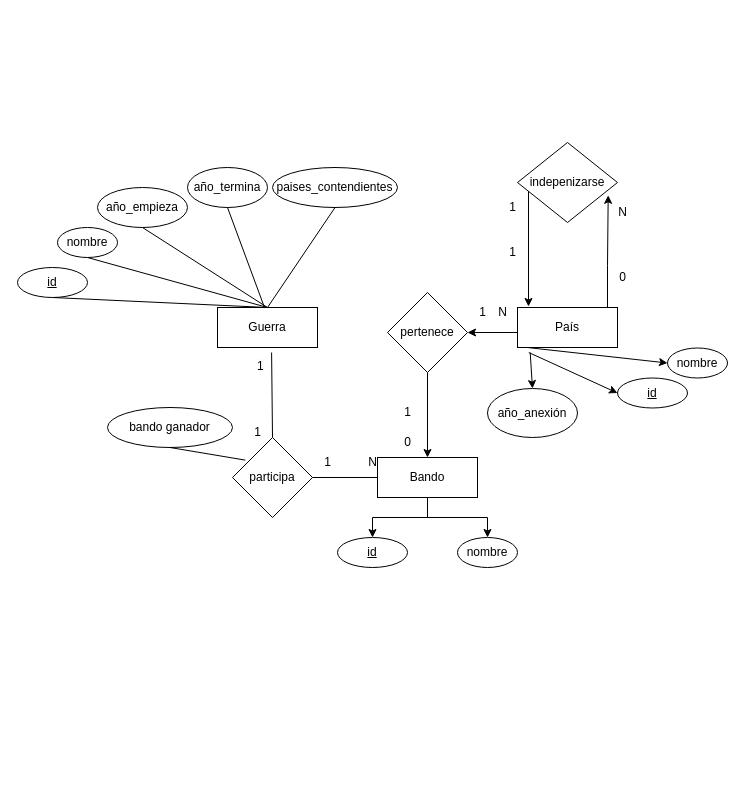
Above: ej4.drawio in adriii28/amr-tsys-C3U12-11102023 (draw.io), before the change. Source tidied: cells renumbered, new cells numbered last; positions are measured from the earlier drawing's top-left corner, leaving out a move shared by most shapes. Both pictures are drawn from the tidied source at 100%, with x=0, y=0 at pixel (17, 142).
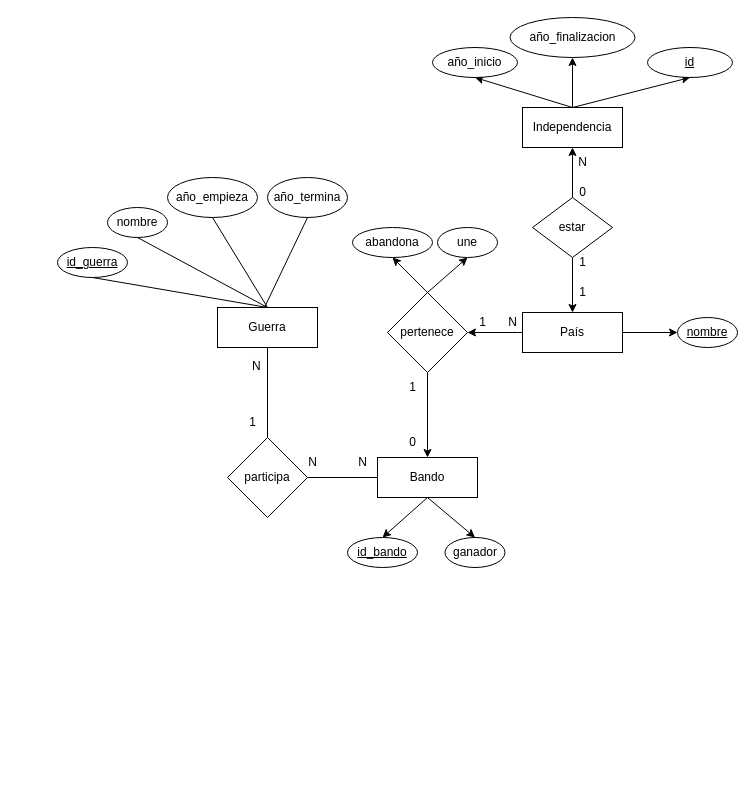
After the change.

Unchanged cells that the change refers to:
```xml
<mxCell id="3" value="Guerra" style="whiteSpace=wrap;html=1;align=center;" parent="1" vertex="1">
  <mxGeometry x="200" y="165" width="100" height="40" as="geometry" />
</mxCell>
<mxCell id="19" value="pertenece" style="rhombus;whiteSpace=wrap;html=1;" parent="1" vertex="1">
  <mxGeometry x="370" y="150" width="80" height="80" as="geometry" />
</mxCell>
<mxCell id="37" value="Bando" style="whiteSpace=wrap;html=1;align=center;" parent="1" vertex="1">
  <mxGeometry x="360" y="315" width="100" height="40" as="geometry" />
</mxCell>
```

The edit, as a diff of the source:
```diff
@@
-    <mxCell id="4" style="edgeStyle=orthogonalEdgeStyle;rounded=0;jettySize=auto;html=1;entryX=0.907;entryY=0.66;entryDx=0;entryDy=0;entryPerimeter=0;" parent="1" edge="1" source="5" target="44">
-      <mxGeometry relative="1" as="geometry">
-        <Array as="points">
-          <mxPoint x="590" y="123" />
-          <mxPoint x="591" y="123" />
-        </Array>
-      </mxGeometry>
-    </mxCell>
+    <mxCell id="30" style="edgeStyle=orthogonalEdgeStyle;rounded=0;jettySize=auto;html=1;entryX=0;entryY=0.5;entryDx=0;entryDy=0;" parent="1" edge="1" source="5" target="22">
+      <mxGeometry relative="1" as="geometry" />
+    </mxCell>
+    <mxCell id="45" style="edgeStyle=orthogonalEdgeStyle;rounded=0;jettySize=auto;html=1;" parent="1" edge="1" source="44" target="5">
+      <mxGeometry relative="1" as="geometry" />
+    </mxCell>
     <mxCell id="5" value="País" style="whiteSpace=wrap;html=1;align=center;" parent="1" vertex="1">
-      <mxGeometry x="500" y="165" width="100" height="40" as="geometry" />
+      <mxGeometry x="505" y="170" width="100" height="40" as="geometry" />
     </mxCell>
     <mxCell id="6" value="año_empieza" style="ellipse;whiteSpace=wrap;html=1;" parent="1" vertex="1">
-      <mxGeometry x="80" y="45" width="90" height="40" as="geometry" />
+      <mxGeometry x="150" y="35" width="90" height="40" as="geometry" />
     </mxCell>
-    <mxCell id="7" value="&lt;u&gt;id&lt;/u&gt;" style="ellipse;whiteSpace=wrap;html=1;align=center;" parent="1" vertex="1">
-      <mxGeometry y="125" width="70" height="30" as="geometry" />
+    <mxCell id="7" value="&lt;u&gt;id_guerra&lt;/u&gt;" style="ellipse;whiteSpace=wrap;html=1;align=center;" parent="1" vertex="1">
+      <mxGeometry x="40" y="105" width="70" height="30" as="geometry" />
     </mxCell>
     <mxCell id="8" value="año_termina" style="ellipse;whiteSpace=wrap;html=1;" parent="1" vertex="1">
-      <mxGeometry x="170" y="25" width="80" height="40" as="geometry" />
+      <mxGeometry x="250" y="35" width="80" height="40" as="geometry" />
     </mxCell>
     <mxCell id="9" value="nombre" style="ellipse;whiteSpace=wrap;html=1;align=center;" parent="1" vertex="1">
-      <mxGeometry x="40" y="85" width="60" height="30" as="geometry" />
+      <mxGeometry x="90" y="65" width="60" height="30" as="geometry" />
     </mxCell>
-    <mxCell id="10" style="endArrow=none;html=1;rounded=0;entryX=0.541;entryY=1.126;entryDx=0;entryDy=0;exitX=0.5;exitY=0;exitDx=0;exitDy=0;entryPerimeter=0;" parent="1" edge="1" source="12" target="3">
+    <mxCell id="10" style="endArrow=none;html=1;rounded=0;entryX=0.5;entryY=1;entryDx=0;entryDy=0;exitX=0.5;exitY=0;exitDx=0;exitDy=0;" parent="1" edge="1" source="12" target="3">
       <mxGeometry relative="1" as="geometry" />
     </mxCell>
@@
     <mxCell id="12" value="participa" style="rhombus;whiteSpace=wrap;html=1;" parent="1" vertex="1">
-      <mxGeometry x="215" y="295" width="80" height="80" as="geometry" />
+      <mxGeometry x="210" y="295" width="80" height="80" as="geometry" />
     </mxCell>
-    <mxCell id="13" value="paises_contendientes" style="ellipse;whiteSpace=wrap;html=1;" parent="1" vertex="1">
-      <mxGeometry x="255" y="25" width="125" height="40" as="geometry" />
-    </mxCell>
-    <mxCell id="14" style="endArrow=none;html=1;rounded=0;entryX=0.5;entryY=0;entryDx=0;entryDy=0;exitX=0.5;exitY=1;exitDx=0;exitDy=0;" parent="1" edge="1" source="13" target="3">
-      <mxGeometry relative="1" as="geometry" />
-    </mxCell>
-    <mxCell id="15" value="bando ganador" style="ellipse;whiteSpace=wrap;html=1;" parent="1" vertex="1">
-      <mxGeometry x="90" y="265" width="125" height="40" as="geometry" />
-    </mxCell>
-    <mxCell id="16" style="endArrow=none;html=1;rounded=0;entryX=0.161;entryY=0.283;entryDx=0;entryDy=0;exitX=0.5;exitY=1;exitDx=0;exitDy=0;entryPerimeter=0;" parent="1" edge="1" source="15" target="12">
-      <mxGeometry relative="1" as="geometry" />
-    </mxCell>
@@
+    <mxCell id="50" style="rounded=0;jettySize=auto;html=1;entryX=0.5;entryY=1;entryDx=0;entryDy=0;exitX=0.5;exitY=0;exitDx=0;exitDy=0;" parent="1" edge="1" source="19" target="62">
+      <mxGeometry relative="1" as="geometry" />
+    </mxCell>
+    <mxCell id="51" style="rounded=0;jettySize=auto;html=1;entryX=0.5;entryY=1;entryDx=0;entryDy=0;exitX=0.5;exitY=0;exitDx=0;exitDy=0;" parent="1" edge="1" source="19" target="61">
+      <mxGeometry relative="1" as="geometry" />
+    </mxCell>
@@
-    <mxCell id="20" value="&lt;u&gt;id&lt;/u&gt;" style="ellipse;whiteSpace=wrap;html=1;align=center;" parent="1" vertex="1">
-      <mxGeometry x="600" y="235.5" width="70" height="30" as="geometry" />
-    </mxCell>
-    <mxCell id="21" value="año_anexión" style="ellipse;whiteSpace=wrap;html=1;align=center;" parent="1" vertex="1">
-      <mxGeometry x="470" y="246" width="90" height="49" as="geometry" />
-    </mxCell>
-    <mxCell id="22" value="nombre" style="ellipse;whiteSpace=wrap;html=1;align=center;" parent="1" vertex="1">
-      <mxGeometry x="650" y="205.5" width="60" height="30" as="geometry" />
+    <mxCell id="22" value="&lt;u&gt;nombre&lt;/u&gt;" style="ellipse;whiteSpace=wrap;html=1;align=center;" parent="1" vertex="1">
+      <mxGeometry x="660" y="175" width="60" height="30" as="geometry" />
     </mxCell>
@@
-    <mxCell id="28" style="rounded=0;jettySize=auto;html=1;entryX=0.5;entryY=0;entryDx=0;entryDy=0;exitX=0.127;exitY=1.126;exitDx=0;exitDy=0;exitPerimeter=0;" parent="1" edge="1" source="5" target="21">
-      <mxGeometry relative="1" as="geometry" />
-    </mxCell>
-    <mxCell id="29" style="rounded=0;jettySize=auto;html=1;entryX=0;entryY=0.5;entryDx=0;entryDy=0;exitX=0.113;exitY=1.126;exitDx=0;exitDy=0;exitPerimeter=0;" parent="1" edge="1" source="5" target="20">
-      <mxGeometry relative="1" as="geometry" />
-    </mxCell>
-    <mxCell id="30" style="rounded=0;jettySize=auto;html=1;exitX=0.113;exitY=1.005;exitDx=0;exitDy=0;entryX=0;entryY=0.5;entryDx=0;entryDy=0;exitPerimeter=0;" parent="1" edge="1" source="5" target="22">
-      <mxGeometry relative="1" as="geometry" />
-    </mxCell>
-    <mxCell id="31" value="1" style="text;html=1;align=center;verticalAlign=middle;strokeColor=none;fillColor=none;" parent="1" vertex="1">
-      <mxGeometry x="295" y="305" width="30" height="30" as="geometry" />
+    <mxCell id="31" value="N" style="text;html=1;align=center;verticalAlign=middle;strokeColor=none;fillColor=none;" parent="1" vertex="1">
+      <mxGeometry x="280" y="305" width="30" height="30" as="geometry" />
     </mxCell>
     <mxCell id="32" value="N" style="text;html=1;align=center;verticalAlign=middle;strokeColor=none;fillColor=none;" parent="1" vertex="1">
-      <mxGeometry x="340" y="305" width="30" height="30" as="geometry" />
+      <mxGeometry x="330" y="305" width="30" height="30" as="geometry" />
     </mxCell>
     <mxCell id="33" value="1" style="text;html=1;align=center;verticalAlign=middle;strokeColor=none;fillColor=none;" parent="1" vertex="1">
-      <mxGeometry x="225" y="275" width="30" height="30" as="geometry" />
+      <mxGeometry x="220" y="265" width="30" height="30" as="geometry" />
     </mxCell>
-    <mxCell id="34" value="&lt;span style=&quot;color: rgb(0, 0, 0); font-family: Helvetica; font-size: 12px; font-style: normal; font-variant-ligatures: normal; font-variant-caps: normal; font-weight: 400; letter-spacing: normal; orphans: 2; text-align: center; text-indent: 0px; text-transform: none; widows: 2; word-spacing: 0px; -webkit-text-stroke-width: 0px; background-color: rgb(251, 251, 251); text-decoration-thickness: initial; text-decoration-style: initial; text-decoration-color: initial; float: none; display: inline !important;&quot;&gt;1&lt;/span&gt;" style="text;whiteSpace=wrap;html=1;" parent="1" vertex="1">
-      <mxGeometry x="237.5" y="210" width="12.5" height="20" as="geometry" />
+    <mxCell id="34" value="&lt;span style=&quot;color: rgb(0, 0, 0); font-family: Helvetica; font-size: 12px; font-style: normal; font-variant-ligatures: normal; font-variant-caps: normal; font-weight: 400; letter-spacing: normal; orphans: 2; text-align: center; text-indent: 0px; text-transform: none; widows: 2; word-spacing: 0px; -webkit-text-stroke-width: 0px; background-color: rgb(251, 251, 251); text-decoration-thickness: initial; text-decoration-style: initial; text-decoration-color: initial; float: none; display: inline !important;&quot;&gt;N&lt;/span&gt;" style="text;whiteSpace=wrap;html=1;" parent="1" vertex="1">
+      <mxGeometry x="232.5" y="210" width="12.5" height="20" as="geometry" />
     </mxCell>
-    <mxCell id="35" style="edgeStyle=orthogonalEdgeStyle;rounded=0;jettySize=auto;html=1;exitX=0.5;exitY=1;exitDx=0;exitDy=0;entryX=0.5;entryY=0;entryDx=0;entryDy=0;" parent="1" edge="1" source="37" target="38">
+    <mxCell id="35" style="rounded=0;jettySize=auto;html=1;exitX=0.5;exitY=1;exitDx=0;exitDy=0;entryX=0.5;entryY=0;entryDx=0;entryDy=0;" parent="1" edge="1" source="37" target="38">
       <mxGeometry relative="1" as="geometry" />
     </mxCell>
-    <mxCell id="36" style="edgeStyle=orthogonalEdgeStyle;rounded=0;jettySize=auto;html=1;entryX=0.5;entryY=0;entryDx=0;entryDy=0;" parent="1" edge="1" source="37" target="39">
+    <mxCell id="36" style="rounded=0;jettySize=auto;html=1;entryX=0.5;entryY=0;entryDx=0;entryDy=0;exitX=0.5;exitY=1;exitDx=0;exitDy=0;" parent="1" edge="1" source="37" target="39">
       <mxGeometry relative="1" as="geometry" />
     </mxCell>
@@
-    <mxCell id="38" value="&lt;u&gt;id&lt;/u&gt;" style="ellipse;whiteSpace=wrap;html=1;align=center;" parent="1" vertex="1">
-      <mxGeometry x="320" y="395" width="70" height="30" as="geometry" />
+    <mxCell id="38" value="&lt;u&gt;id_bando&lt;/u&gt;" style="ellipse;whiteSpace=wrap;html=1;align=center;" parent="1" vertex="1">
+      <mxGeometry x="330" y="395" width="70" height="30" as="geometry" />
     </mxCell>
-    <mxCell id="39" value="nombre" style="ellipse;whiteSpace=wrap;html=1;align=center;" parent="1" vertex="1">
-      <mxGeometry x="440" y="395" width="60" height="30" as="geometry" />
+    <mxCell id="39" value="ganador" style="ellipse;whiteSpace=wrap;html=1;align=center;" parent="1" vertex="1">
+      <mxGeometry x="427.5" y="395" width="60" height="30" as="geometry" />
     </mxCell>
     <mxCell id="40" value="0" style="text;html=1;align=center;verticalAlign=middle;strokeColor=none;fillColor=none;" parent="1" vertex="1">
-      <mxGeometry x="375" y="285" width="30" height="30" as="geometry" />
+      <mxGeometry x="380" y="285" width="30" height="30" as="geometry" />
     </mxCell>
     <mxCell id="41" value="1" style="text;html=1;align=center;verticalAlign=middle;strokeColor=none;fillColor=none;" parent="1" vertex="1">
-      <mxGeometry x="375" y="255" width="30" height="30" as="geometry" />
+      <mxGeometry x="380" y="230" width="30" height="30" as="geometry" />
     </mxCell>
     <mxCell id="42" value="N" style="text;html=1;align=center;verticalAlign=middle;strokeColor=none;fillColor=none;" parent="1" vertex="1">
-      <mxGeometry x="470" y="155" width="30" height="30" as="geometry" />
+      <mxGeometry x="480" y="165" width="30" height="30" as="geometry" />
     </mxCell>
     <mxCell id="43" value="1" style="text;html=1;align=center;verticalAlign=middle;strokeColor=none;fillColor=none;" parent="1" vertex="1">
-      <mxGeometry x="450" y="155" width="30" height="30" as="geometry" />
+      <mxGeometry x="450" y="165" width="30" height="30" as="geometry" />
     </mxCell>
+    <mxCell id="52" style="edgeStyle=orthogonalEdgeStyle;rounded=0;jettySize=auto;html=1;entryX=0.5;entryY=1;entryDx=0;entryDy=0;" parent="1" edge="1" source="44" target="56">
+      <mxGeometry relative="1" as="geometry" />
+    </mxCell>
-    <mxCell id="44" value="indepenizarse" style="rhombus;whiteSpace=wrap;html=1;" parent="1" vertex="1">
-      <mxGeometry x="500" width="100" height="80" as="geometry" />
+    <mxCell id="44" value="estar" style="rhombus;whiteSpace=wrap;html=1;" parent="1" vertex="1">
+      <mxGeometry x="515" y="55" width="80" height="60" as="geometry" />
     </mxCell>
-    <mxCell id="45" style="edgeStyle=orthogonalEdgeStyle;rounded=0;jettySize=auto;html=1;entryX=0.11;entryY=-0.025;entryDx=0;entryDy=0;entryPerimeter=0;" parent="1" edge="1" source="44" target="5">
-      <mxGeometry relative="1" as="geometry">
-        <Array as="points">
-          <mxPoint x="511" y="45" />
-        </Array>
-      </mxGeometry>
-    </mxCell>
-    <mxCell id="46" value="1" style="text;html=1;align=center;verticalAlign=middle;strokeColor=none;fillColor=none;" parent="1" vertex="1">
-      <mxGeometry x="480" y="95" width="30" height="30" as="geometry" />
-    </mxCell>
-    <mxCell id="47" value="1" style="text;html=1;align=center;verticalAlign=middle;strokeColor=none;fillColor=none;" parent="1" vertex="1">
-      <mxGeometry x="480" y="50" width="30" height="30" as="geometry" />
-    </mxCell>
+    <mxCell id="53" style="rounded=0;jettySize=auto;html=1;entryX=0.5;entryY=1;entryDx=0;entryDy=0;exitX=0.5;exitY=0;exitDx=0;exitDy=0;" parent="1" edge="1" source="56" target="57">
+      <mxGeometry relative="1" as="geometry" />
+    </mxCell>
+    <mxCell id="54" style="edgeStyle=orthogonalEdgeStyle;rounded=0;jettySize=auto;html=1;entryX=0.5;entryY=1;entryDx=0;entryDy=0;" parent="1" edge="1" source="56" target="58">
+      <mxGeometry relative="1" as="geometry" />
+    </mxCell>
+    <mxCell id="55" style="rounded=0;jettySize=auto;html=1;entryX=0.5;entryY=1;entryDx=0;entryDy=0;exitX=0.5;exitY=0;exitDx=0;exitDy=0;" parent="1" edge="1" source="56" target="20">
+      <mxGeometry relative="1" as="geometry" />
+    </mxCell>
+    <mxCell id="56" value="Independencia" style="whiteSpace=wrap;html=1;align=center;" parent="1" vertex="1">
+      <mxGeometry x="505" y="-35" width="100" height="40" as="geometry" />
+    </mxCell>
+    <mxCell id="57" value="año_inicio" style="ellipse;whiteSpace=wrap;html=1;" parent="1" vertex="1">
+      <mxGeometry x="415" y="-95" width="85" height="30" as="geometry" />
+    </mxCell>
+    <mxCell id="58" value="año_finalizacion" style="ellipse;whiteSpace=wrap;html=1;" parent="1" vertex="1">
+      <mxGeometry x="492.5" y="-125" width="125" height="40" as="geometry" />
+    </mxCell>
+    <mxCell id="20" value="&lt;u&gt;id&lt;/u&gt;" style="ellipse;whiteSpace=wrap;html=1;" parent="1" vertex="1">
+      <mxGeometry x="630" y="-95" width="85" height="30" as="geometry" />
+    </mxCell>
     <mxCell id="48" value="0" style="text;html=1;align=center;verticalAlign=middle;strokeColor=none;fillColor=none;" parent="1" vertex="1">
-      <mxGeometry x="590" y="120" width="30" height="30" as="geometry" />
+      <mxGeometry x="550" y="35" width="30" height="30" as="geometry" />
     </mxCell>
     <mxCell id="49" value="N" style="text;html=1;align=center;verticalAlign=middle;strokeColor=none;fillColor=none;" parent="1" vertex="1">
-      <mxGeometry x="590" y="55" width="30" height="30" as="geometry" />
+      <mxGeometry x="550" y="5" width="30" height="30" as="geometry" />
     </mxCell>
+    <mxCell id="59" value="1" style="text;html=1;align=center;verticalAlign=middle;strokeColor=none;fillColor=none;" parent="1" vertex="1">
+      <mxGeometry x="550" y="105" width="30" height="30" as="geometry" />
+    </mxCell>
+    <mxCell id="60" value="1" style="text;html=1;align=center;verticalAlign=middle;strokeColor=none;fillColor=none;" parent="1" vertex="1">
+      <mxGeometry x="550" y="135" width="30" height="30" as="geometry" />
+    </mxCell>
+    <mxCell id="61" value="une" style="ellipse;whiteSpace=wrap;html=1;" parent="1" vertex="1">
+      <mxGeometry x="420" y="85" width="60" height="30" as="geometry" />
+    </mxCell>
+    <mxCell id="62" value="abandona" style="ellipse;whiteSpace=wrap;html=1;" parent="1" vertex="1">
+      <mxGeometry x="335" y="85" width="80" height="30" as="geometry" />
+    </mxCell>
```
